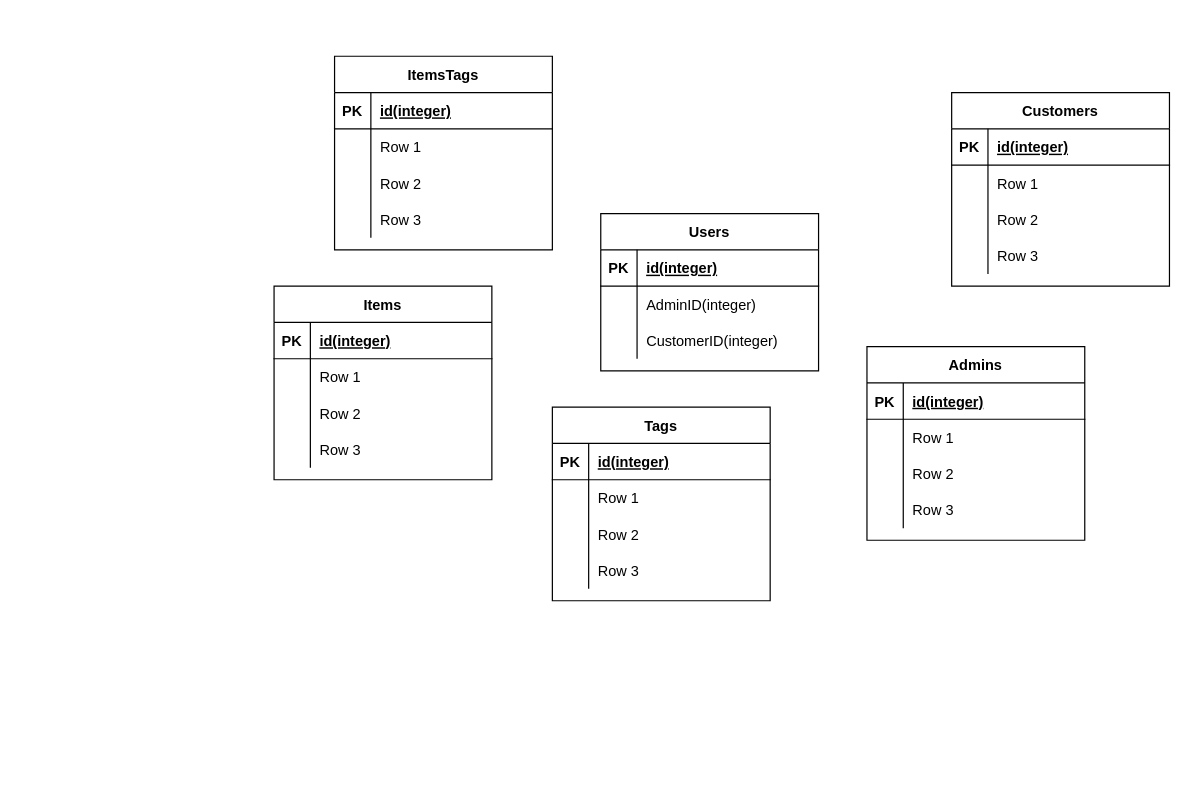
fathurk/belajar-js keeps this draw.io diagram as ecommerce.drawio. Above is the earlier version. Source tidied: cells renumbered, new cells numbered last; positions are measured from the earlier drawing's top-left corner, leaving out a move shared by most shapes. Both pictures are drawn from the tidied source at 121%, with x=0, y=0 at pixel (273, 56).
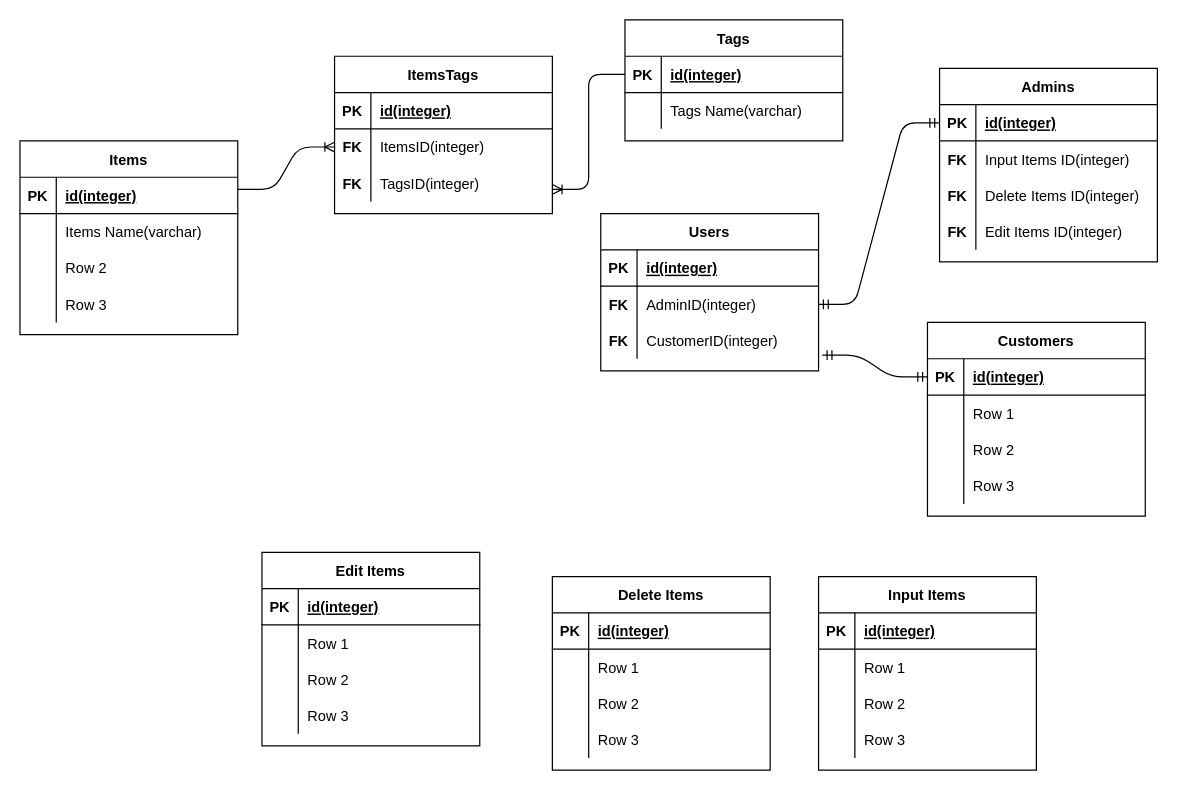
The same page after the edit.

Unchanged cells that the change refers to:
```xml
<mxCell id="6" style="shape=partialRectangle;fillColor=none;top=0;left=0;bottom=0;right=0;points=[[0,0.5],[1,0.5]];portConstraint=eastwest;" parent="2" vertex="1">
  <mxGeometry y="60" width="180" height="30" as="geometry" />
</mxCell>
<mxCell id="9" style="shape=partialRectangle;fillColor=none;top=0;left=0;bottom=0;right=0;points=[[0,0.5],[1,0.5]];portConstraint=eastwest;" parent="2" vertex="1">
  <mxGeometry y="90" width="180" height="30" as="geometry" />
</mxCell>
<mxCell id="13" style="shape=partialRectangle;fillColor=none;top=0;left=0;bottom=1;right=0;points=[[0,0.5],[1,0.5]];portConstraint=eastwest;" parent="12" vertex="1">
  <mxGeometry y="30" width="180" height="30" as="geometry" />
</mxCell>
<mxCell id="26" style="shape=partialRectangle;fillColor=none;top=0;left=0;bottom=1;right=0;points=[[0,0.5],[1,0.5]];portConstraint=eastwest;" parent="25" vertex="1">
  <mxGeometry y="30" width="180" height="30" as="geometry" />
</mxCell>
<mxCell id="29" style="shape=partialRectangle;fillColor=none;top=0;left=0;bottom=0;right=0;" parent="25" vertex="1">
  <mxGeometry y="60" width="180" height="30" as="geometry" />
</mxCell>
<mxCell id="32" style="shape=partialRectangle;fillColor=none;top=0;left=0;bottom=0;right=0;" parent="25" vertex="1">
  <mxGeometry y="90" width="180" height="30" as="geometry" />
</mxCell>
<mxCell id="35" style="shape=partialRectangle;fillColor=none;top=0;left=0;bottom=0;right=0;" parent="25" vertex="1">
  <mxGeometry y="120" width="180" height="30" as="geometry" />
</mxCell>
<mxCell id="42" style="shape=partialRectangle;fillColor=none;top=0;left=0;bottom=0;right=0;" parent="38" vertex="1">
  <mxGeometry y="60" width="180" height="30" as="geometry" />
</mxCell>
<mxCell id="52" style="shape=partialRectangle;fillColor=none;top=0;left=0;bottom=1;right=0;points=[[0,0.5],[1,0.5]];portConstraint=eastwest;" parent="51" vertex="1">
  <mxGeometry y="30" width="180" height="30" as="geometry" />
</mxCell>
<mxCell id="55" style="shape=partialRectangle;fillColor=none;top=0;left=0;bottom=0;right=0;" parent="51" vertex="1">
  <mxGeometry y="60" width="180" height="30" as="geometry" />
</mxCell>
<mxCell id="68" style="shape=partialRectangle;fillColor=none;top=0;left=0;bottom=0;right=0;points=[[0,0.5],[1,0.5]];portConstraint=eastwest;" parent="64" vertex="1">
  <mxGeometry y="60" width="180" height="30" as="geometry" />
</mxCell>
<mxCell id="71" style="shape=partialRectangle;fillColor=none;top=0;left=0;bottom=0;right=0;points=[[0,0.5],[1,0.5]];portConstraint=eastwest;" parent="64" vertex="1">
  <mxGeometry y="90" width="180" height="30" as="geometry" />
</mxCell>
```

Change to the diagram source:
```diff
@@
-    <mxCell id="7" style="shape=partialRectangle;fillColor=none;top=0;left=0;bottom=0;right=0;overflow=hidden;" parent="6" vertex="1">
+    <mxCell id="7" value="FK" style="shape=partialRectangle;fillColor=none;top=0;left=0;bottom=0;right=0;overflow=hidden;fontStyle=1;" parent="6" vertex="1">
       <mxGeometry width="30" height="30" as="geometry" />
     </mxCell>
@@
-    <mxCell id="10" style="shape=partialRectangle;fillColor=none;top=0;left=0;bottom=0;right=0;overflow=hidden;" parent="9" vertex="1">
+    <mxCell id="10" value="FK" style="shape=partialRectangle;fillColor=none;top=0;left=0;bottom=0;right=0;overflow=hidden;fontStyle=1;" parent="9" vertex="1">
       <mxGeometry width="30" height="30" as="geometry" />
     </mxCell>
@@
     <mxCell id="12" value="Customers" style="shape=table;startSize=30;childLayout=tableLayout;rowLines=0;fontStyle=1;align=center;" parent="1" vertex="1">
-      <mxGeometry x="560" y="30" width="180" height="160" as="geometry" />
+      <mxGeometry x="540" y="220" width="180" height="160" as="geometry" />
     </mxCell>
@@
     <mxCell id="25" value="Admins" style="shape=table;startSize=30;childLayout=tableLayout;rowLines=0;fontStyle=1;align=center;" parent="1" vertex="1">
-      <mxGeometry x="490" y="240" width="180" height="160" as="geometry" />
+      <mxGeometry x="550" y="10" width="180" height="160" as="geometry" />
     </mxCell>
@@
-    <mxCell id="30" style="shape=partialRectangle;fillColor=none;top=0;left=0;bottom=0;right=0;overflow=hidden;" parent="29" vertex="1">
+    <mxCell id="30" value="FK" style="shape=partialRectangle;fillColor=none;top=0;left=0;bottom=0;right=0;overflow=hidden;fontStyle=1;" parent="29" vertex="1">
       <mxGeometry width="30" height="30" as="geometry" />
     </mxCell>
-    <mxCell id="31" value="Row 1" style="shape=partialRectangle;fillColor=none;top=0;left=0;bottom=0;right=0;align=left;spacingLeft=6;overflow=hidden;" parent="29" vertex="1">
+    <mxCell id="31" value="Input Items ID(integer)" style="shape=partialRectangle;fillColor=none;top=0;left=0;bottom=0;right=0;align=left;spacingLeft=6;overflow=hidden;" parent="29" vertex="1">
       <mxGeometry x="30" width="150" height="30" as="geometry" />
     </mxCell>
@@
-    <mxCell id="33" style="shape=partialRectangle;fillColor=none;top=0;left=0;bottom=0;right=0;overflow=hidden;" parent="32" vertex="1">
+    <mxCell id="33" value="FK" style="shape=partialRectangle;fillColor=none;top=0;left=0;bottom=0;right=0;overflow=hidden;fontStyle=1;" parent="32" vertex="1">
       <mxGeometry width="30" height="30" as="geometry" />
     </mxCell>
-    <mxCell id="34" value="Row 2" style="shape=partialRectangle;fillColor=none;top=0;left=0;bottom=0;right=0;align=left;spacingLeft=6;overflow=hidden;" parent="32" vertex="1">
+    <mxCell id="34" value="Delete Items ID(integer)" style="shape=partialRectangle;fillColor=none;top=0;left=0;bottom=0;right=0;align=left;spacingLeft=6;overflow=hidden;" parent="32" vertex="1">
       <mxGeometry x="30" width="150" height="30" as="geometry" />
     </mxCell>
@@
-    <mxCell id="36" style="shape=partialRectangle;fillColor=none;top=0;left=0;bottom=0;right=0;overflow=hidden;" parent="35" vertex="1">
+    <mxCell id="36" value="FK" style="shape=partialRectangle;fillColor=none;top=0;left=0;bottom=0;right=0;overflow=hidden;fontStyle=1;" parent="35" vertex="1">
       <mxGeometry width="30" height="30" as="geometry" />
     </mxCell>
-    <mxCell id="37" value="Row 3" style="shape=partialRectangle;fillColor=none;top=0;left=0;bottom=0;right=0;align=left;spacingLeft=6;overflow=hidden;" parent="35" vertex="1">
+    <mxCell id="37" value="Edit Items ID(integer)" style="shape=partialRectangle;fillColor=none;top=0;left=0;bottom=0;right=0;align=left;spacingLeft=6;overflow=hidden;" parent="35" vertex="1">
       <mxGeometry x="30" width="150" height="30" as="geometry" />
     </mxCell>
     <mxCell id="38" value="Items" style="shape=table;startSize=30;childLayout=tableLayout;rowLines=0;fontStyle=1;align=center;" parent="1" vertex="1">
-      <mxGeometry y="190" width="180" height="160" as="geometry" />
+      <mxGeometry x="-210" y="70" width="180" height="160" as="geometry" />
     </mxCell>
@@
-    <mxCell id="44" value="Row 1" style="shape=partialRectangle;fillColor=none;top=0;left=0;bottom=0;right=0;align=left;spacingLeft=6;overflow=hidden;" parent="42" vertex="1">
+    <mxCell id="44" value="Items Name(varchar)" style="shape=partialRectangle;fillColor=none;top=0;left=0;bottom=0;right=0;align=left;spacingLeft=6;overflow=hidden;" parent="42" vertex="1">
       <mxGeometry x="30" width="150" height="30" as="geometry" />
     </mxCell>
@@
     <mxCell id="51" value="Tags" style="shape=table;startSize=30;childLayout=tableLayout;rowLines=0;fontStyle=1;align=center;" parent="1" vertex="1">
-      <mxGeometry x="230" y="290" width="180" height="160" as="geometry" />
+      <mxGeometry x="290" y="-30" width="180" height="100" as="geometry" />
     </mxCell>
@@
-    <mxCell id="57" value="Row 1" style="shape=partialRectangle;fillColor=none;top=0;left=0;bottom=0;right=0;align=left;spacingLeft=6;overflow=hidden;" parent="55" vertex="1">
+    <mxCell id="57" value="Tags Name(varchar)" style="shape=partialRectangle;fillColor=none;top=0;left=0;bottom=0;right=0;align=left;spacingLeft=6;overflow=hidden;" parent="55" vertex="1">
       <mxGeometry x="30" width="150" height="30" as="geometry" />
     </mxCell>
-    <mxCell id="58" style="shape=partialRectangle;fillColor=none;top=0;left=0;bottom=0;right=0;" parent="51" vertex="1">
-      <mxGeometry y="90" width="180" height="30" as="geometry" />
-    </mxCell>
-    <mxCell id="59" style="shape=partialRectangle;fillColor=none;top=0;left=0;bottom=0;right=0;overflow=hidden;" parent="58" vertex="1">
-      <mxGeometry width="30" height="30" as="geometry" />
-    </mxCell>
-    <mxCell id="60" value="Row 2" style="shape=partialRectangle;fillColor=none;top=0;left=0;bottom=0;right=0;align=left;spacingLeft=6;overflow=hidden;" parent="58" vertex="1">
-      <mxGeometry x="30" width="150" height="30" as="geometry" />
-    </mxCell>
-    <mxCell id="61" style="shape=partialRectangle;fillColor=none;top=0;left=0;bottom=0;right=0;" parent="51" vertex="1">
-      <mxGeometry y="120" width="180" height="30" as="geometry" />
-    </mxCell>
-    <mxCell id="62" style="shape=partialRectangle;fillColor=none;top=0;left=0;bottom=0;right=0;overflow=hidden;" parent="61" vertex="1">
-      <mxGeometry width="30" height="30" as="geometry" />
-    </mxCell>
-    <mxCell id="63" value="Row 3" style="shape=partialRectangle;fillColor=none;top=0;left=0;bottom=0;right=0;align=left;spacingLeft=6;overflow=hidden;" parent="61" vertex="1">
-      <mxGeometry x="30" width="150" height="30" as="geometry" />
-    </mxCell>
     <mxCell id="64" value="ItemsTags" style="shape=table;startSize=30;childLayout=tableLayout;rowLines=0;fontStyle=1;align=center;" parent="1" vertex="1">
-      <mxGeometry x="50" width="180" height="160" as="geometry" />
+      <mxGeometry x="50" width="180" height="130" as="geometry" />
     </mxCell>
@@
-    <mxCell id="69" style="shape=partialRectangle;fillColor=none;top=0;left=0;bottom=0;right=0;overflow=hidden;" parent="68" vertex="1">
+    <mxCell id="69" value="FK" style="shape=partialRectangle;fillColor=none;top=0;left=0;bottom=0;right=0;overflow=hidden;fontStyle=1;" parent="68" vertex="1">
       <mxGeometry width="30" height="30" as="geometry" />
     </mxCell>
-    <mxCell id="70" value="Row 1" style="shape=partialRectangle;fillColor=none;top=0;left=0;bottom=0;right=0;align=left;spacingLeft=6;overflow=hidden;" parent="68" vertex="1">
+    <mxCell id="70" value="ItemsID(integer)" style="shape=partialRectangle;fillColor=none;top=0;left=0;bottom=0;right=0;align=left;spacingLeft=6;overflow=hidden;" parent="68" vertex="1">
       <mxGeometry x="30" width="150" height="30" as="geometry" />
     </mxCell>
@@
-    <mxCell id="72" style="shape=partialRectangle;fillColor=none;top=0;left=0;bottom=0;right=0;overflow=hidden;" parent="71" vertex="1">
+    <mxCell id="72" value="FK" style="shape=partialRectangle;fillColor=none;top=0;left=0;bottom=0;right=0;overflow=hidden;fontStyle=1;" parent="71" vertex="1">
       <mxGeometry width="30" height="30" as="geometry" />
     </mxCell>
-    <mxCell id="73" value="Row 2" style="shape=partialRectangle;fillColor=none;top=0;left=0;bottom=0;right=0;align=left;spacingLeft=6;overflow=hidden;" parent="71" vertex="1">
+    <mxCell id="73" value="TagsID(integer)" style="shape=partialRectangle;fillColor=none;top=0;left=0;bottom=0;right=0;align=left;spacingLeft=6;overflow=hidden;" parent="71" vertex="1">
       <mxGeometry x="30" width="150" height="30" as="geometry" />
     </mxCell>
-    <mxCell id="74" style="shape=partialRectangle;fillColor=none;top=0;left=0;bottom=0;right=0;" parent="64" vertex="1">
-      <mxGeometry y="120" width="180" height="30" as="geometry" />
-    </mxCell>
-    <mxCell id="75" style="shape=partialRectangle;fillColor=none;top=0;left=0;bottom=0;right=0;overflow=hidden;" parent="74" vertex="1">
-      <mxGeometry width="30" height="30" as="geometry" />
-    </mxCell>
-    <mxCell id="76" value="Row 3" style="shape=partialRectangle;fillColor=none;top=0;left=0;bottom=0;right=0;align=left;spacingLeft=6;overflow=hidden;" parent="74" vertex="1">
-      <mxGeometry x="30" width="150" height="30" as="geometry" />
-    </mxCell>
+    <mxCell id="77" style="edgeStyle=entityRelationEdgeStyle;fontSize=12;html=1;endArrow=ERmandOne;startArrow=ERmandOne;entryX=1;entryY=0.5;entryDx=0;entryDy=0;exitX=0;exitY=0.5;exitDx=0;exitDy=0;" parent="1" edge="1" source="26" target="6">
+      <mxGeometry relative="1" as="geometry" />
+    </mxCell>
+    <mxCell id="78" value="Edit Items" style="shape=table;startSize=30;childLayout=tableLayout;rowLines=0;fontStyle=1;align=center;" parent="1" vertex="1">
+      <mxGeometry x="-10" y="410" width="180" height="160" as="geometry" />
+    </mxCell>
+    <mxCell id="79" style="shape=partialRectangle;fillColor=none;top=0;left=0;bottom=1;right=0;" parent="78" vertex="1">
+      <mxGeometry y="30" width="180" height="30" as="geometry" />
+    </mxCell>
+    <mxCell id="80" value="PK" style="shape=partialRectangle;fillColor=none;top=0;left=0;bottom=0;right=0;fontStyle=1;overflow=hidden;" parent="79" vertex="1">
+      <mxGeometry width="30" height="30" as="geometry" />
+    </mxCell>
+    <mxCell id="81" value="id(integer)" style="shape=partialRectangle;fillColor=none;top=0;left=0;bottom=0;right=0;align=left;spacingLeft=6;fontStyle=5;overflow=hidden;" parent="79" vertex="1">
+      <mxGeometry x="30" width="150" height="30" as="geometry" />
+    </mxCell>
+    <mxCell id="82" style="shape=partialRectangle;fillColor=none;top=0;left=0;bottom=0;right=0;" parent="78" vertex="1">
+      <mxGeometry y="60" width="180" height="30" as="geometry" />
+    </mxCell>
+    <mxCell id="83" style="shape=partialRectangle;fillColor=none;top=0;left=0;bottom=0;right=0;overflow=hidden;" parent="82" vertex="1">
+      <mxGeometry width="30" height="30" as="geometry" />
+    </mxCell>
+    <mxCell id="84" value="Row 1" style="shape=partialRectangle;fillColor=none;top=0;left=0;bottom=0;right=0;align=left;spacingLeft=6;overflow=hidden;" parent="82" vertex="1">
+      <mxGeometry x="30" width="150" height="30" as="geometry" />
+    </mxCell>
+    <mxCell id="85" style="shape=partialRectangle;fillColor=none;top=0;left=0;bottom=0;right=0;" parent="78" vertex="1">
+      <mxGeometry y="90" width="180" height="30" as="geometry" />
+    </mxCell>
+    <mxCell id="86" style="shape=partialRectangle;fillColor=none;top=0;left=0;bottom=0;right=0;overflow=hidden;" parent="85" vertex="1">
+      <mxGeometry width="30" height="30" as="geometry" />
+    </mxCell>
+    <mxCell id="87" value="Row 2" style="shape=partialRectangle;fillColor=none;top=0;left=0;bottom=0;right=0;align=left;spacingLeft=6;overflow=hidden;" parent="85" vertex="1">
+      <mxGeometry x="30" width="150" height="30" as="geometry" />
+    </mxCell>
+    <mxCell id="88" style="shape=partialRectangle;fillColor=none;top=0;left=0;bottom=0;right=0;" parent="78" vertex="1">
+      <mxGeometry y="120" width="180" height="30" as="geometry" />
+    </mxCell>
+    <mxCell id="89" style="shape=partialRectangle;fillColor=none;top=0;left=0;bottom=0;right=0;overflow=hidden;" parent="88" vertex="1">
+      <mxGeometry width="30" height="30" as="geometry" />
+    </mxCell>
+    <mxCell id="90" value="Row 3" style="shape=partialRectangle;fillColor=none;top=0;left=0;bottom=0;right=0;align=left;spacingLeft=6;overflow=hidden;" parent="88" vertex="1">
+      <mxGeometry x="30" width="150" height="30" as="geometry" />
+    </mxCell>
+    <mxCell id="91" value="Delete Items" style="shape=table;startSize=30;childLayout=tableLayout;rowLines=0;fontStyle=1;align=center;" parent="1" vertex="1">
+      <mxGeometry x="230" y="430" width="180" height="160" as="geometry" />
+    </mxCell>
+    <mxCell id="92" style="shape=partialRectangle;fillColor=none;top=0;left=0;bottom=1;right=0;" parent="91" vertex="1">
+      <mxGeometry y="30" width="180" height="30" as="geometry" />
+    </mxCell>
+    <mxCell id="93" value="PK" style="shape=partialRectangle;fillColor=none;top=0;left=0;bottom=0;right=0;fontStyle=1;overflow=hidden;" parent="92" vertex="1">
+      <mxGeometry width="30" height="30" as="geometry" />
+    </mxCell>
+    <mxCell id="94" value="id(integer)" style="shape=partialRectangle;fillColor=none;top=0;left=0;bottom=0;right=0;align=left;spacingLeft=6;fontStyle=5;overflow=hidden;" parent="92" vertex="1">
+      <mxGeometry x="30" width="150" height="30" as="geometry" />
+    </mxCell>
+    <mxCell id="95" style="shape=partialRectangle;fillColor=none;top=0;left=0;bottom=0;right=0;" parent="91" vertex="1">
+      <mxGeometry y="60" width="180" height="30" as="geometry" />
+    </mxCell>
+    <mxCell id="96" style="shape=partialRectangle;fillColor=none;top=0;left=0;bottom=0;right=0;overflow=hidden;" parent="95" vertex="1">
+      <mxGeometry width="30" height="30" as="geometry" />
+    </mxCell>
+    <mxCell id="97" value="Row 1" style="shape=partialRectangle;fillColor=none;top=0;left=0;bottom=0;right=0;align=left;spacingLeft=6;overflow=hidden;" parent="95" vertex="1">
+      <mxGeometry x="30" width="150" height="30" as="geometry" />
+    </mxCell>
+    <mxCell id="98" style="shape=partialRectangle;fillColor=none;top=0;left=0;bottom=0;right=0;" parent="91" vertex="1">
+      <mxGeometry y="90" width="180" height="30" as="geometry" />
+    </mxCell>
+    <mxCell id="99" style="shape=partialRectangle;fillColor=none;top=0;left=0;bottom=0;right=0;overflow=hidden;" parent="98" vertex="1">
+      <mxGeometry width="30" height="30" as="geometry" />
+    </mxCell>
+    <mxCell id="100" value="Row 2" style="shape=partialRectangle;fillColor=none;top=0;left=0;bottom=0;right=0;align=left;spacingLeft=6;overflow=hidden;" parent="98" vertex="1">
+      <mxGeometry x="30" width="150" height="30" as="geometry" />
+    </mxCell>
+    <mxCell id="101" style="shape=partialRectangle;fillColor=none;top=0;left=0;bottom=0;right=0;" parent="91" vertex="1">
+      <mxGeometry y="120" width="180" height="30" as="geometry" />
+    </mxCell>
+    <mxCell id="102" style="shape=partialRectangle;fillColor=none;top=0;left=0;bottom=0;right=0;overflow=hidden;" parent="101" vertex="1">
+      <mxGeometry width="30" height="30" as="geometry" />
+    </mxCell>
+    <mxCell id="103" value="Row 3" style="shape=partialRectangle;fillColor=none;top=0;left=0;bottom=0;right=0;align=left;spacingLeft=6;overflow=hidden;" parent="101" vertex="1">
+      <mxGeometry x="30" width="150" height="30" as="geometry" />
+    </mxCell>
+    <mxCell id="104" value="Input Items" style="shape=table;startSize=30;childLayout=tableLayout;rowLines=0;fontStyle=1;align=center;" parent="1" vertex="1">
+      <mxGeometry x="450" y="430" width="180" height="160" as="geometry" />
+    </mxCell>
+    <mxCell id="105" style="shape=partialRectangle;fillColor=none;top=0;left=0;bottom=1;right=0;" parent="104" vertex="1">
+      <mxGeometry y="30" width="180" height="30" as="geometry" />
+    </mxCell>
+    <mxCell id="106" value="PK" style="shape=partialRectangle;fillColor=none;top=0;left=0;bottom=0;right=0;fontStyle=1;overflow=hidden;" parent="105" vertex="1">
+      <mxGeometry width="30" height="30" as="geometry" />
+    </mxCell>
+    <mxCell id="107" value="id(integer)" style="shape=partialRectangle;fillColor=none;top=0;left=0;bottom=0;right=0;align=left;spacingLeft=6;fontStyle=5;overflow=hidden;" parent="105" vertex="1">
+      <mxGeometry x="30" width="150" height="30" as="geometry" />
+    </mxCell>
+    <mxCell id="108" style="shape=partialRectangle;fillColor=none;top=0;left=0;bottom=0;right=0;" parent="104" vertex="1">
+      <mxGeometry y="60" width="180" height="30" as="geometry" />
+    </mxCell>
+    <mxCell id="109" style="shape=partialRectangle;fillColor=none;top=0;left=0;bottom=0;right=0;overflow=hidden;" parent="108" vertex="1">
+      <mxGeometry width="30" height="30" as="geometry" />
+    </mxCell>
+    <mxCell id="110" value="Row 1" style="shape=partialRectangle;fillColor=none;top=0;left=0;bottom=0;right=0;align=left;spacingLeft=6;overflow=hidden;" parent="108" vertex="1">
+      <mxGeometry x="30" width="150" height="30" as="geometry" />
+    </mxCell>
+    <mxCell id="111" style="shape=partialRectangle;fillColor=none;top=0;left=0;bottom=0;right=0;" parent="104" vertex="1">
+      <mxGeometry y="90" width="180" height="30" as="geometry" />
+    </mxCell>
+    <mxCell id="112" style="shape=partialRectangle;fillColor=none;top=0;left=0;bottom=0;right=0;overflow=hidden;" parent="111" vertex="1">
+      <mxGeometry width="30" height="30" as="geometry" />
+    </mxCell>
+    <mxCell id="113" value="Row 2" style="shape=partialRectangle;fillColor=none;top=0;left=0;bottom=0;right=0;align=left;spacingLeft=6;overflow=hidden;" parent="111" vertex="1">
+      <mxGeometry x="30" width="150" height="30" as="geometry" />
+    </mxCell>
+    <mxCell id="114" style="shape=partialRectangle;fillColor=none;top=0;left=0;bottom=0;right=0;" parent="104" vertex="1">
+      <mxGeometry y="120" width="180" height="30" as="geometry" />
+    </mxCell>
+    <mxCell id="115" style="shape=partialRectangle;fillColor=none;top=0;left=0;bottom=0;right=0;overflow=hidden;" parent="114" vertex="1">
+      <mxGeometry width="30" height="30" as="geometry" />
+    </mxCell>
+    <mxCell id="116" value="Row 3" style="shape=partialRectangle;fillColor=none;top=0;left=0;bottom=0;right=0;align=left;spacingLeft=6;overflow=hidden;" parent="114" vertex="1">
+      <mxGeometry x="30" width="150" height="30" as="geometry" />
+    </mxCell>
+    <mxCell id="117" style="edgeStyle=entityRelationEdgeStyle;fontSize=12;html=1;endArrow=ERoneToMany;entryX=1;entryY=0.667;entryDx=0;entryDy=0;entryPerimeter=0;exitX=0;exitY=0.5;exitDx=0;exitDy=0;" parent="1" edge="1" source="52" target="71">
+      <mxGeometry relative="1" as="geometry" />
+    </mxCell>
+    <mxCell id="118" style="edgeStyle=entityRelationEdgeStyle;fontSize=12;html=1;endArrow=ERoneToMany;entryX=0;entryY=0.5;entryDx=0;entryDy=0;exitX=1;exitY=0.25;exitDx=0;exitDy=0;" parent="1" edge="1" source="38" target="68">
+      <mxGeometry relative="1" as="geometry" />
+    </mxCell>
+    <mxCell id="119" style="edgeStyle=entityRelationEdgeStyle;fontSize=12;html=1;endArrow=ERmandOne;startArrow=ERmandOne;exitX=1.017;exitY=0.9;exitDx=0;exitDy=0;exitPerimeter=0;entryX=0;entryY=0.5;entryDx=0;entryDy=0;" parent="1" edge="1" source="9" target="13">
+      <mxGeometry relative="1" as="geometry" />
+    </mxCell>
```
